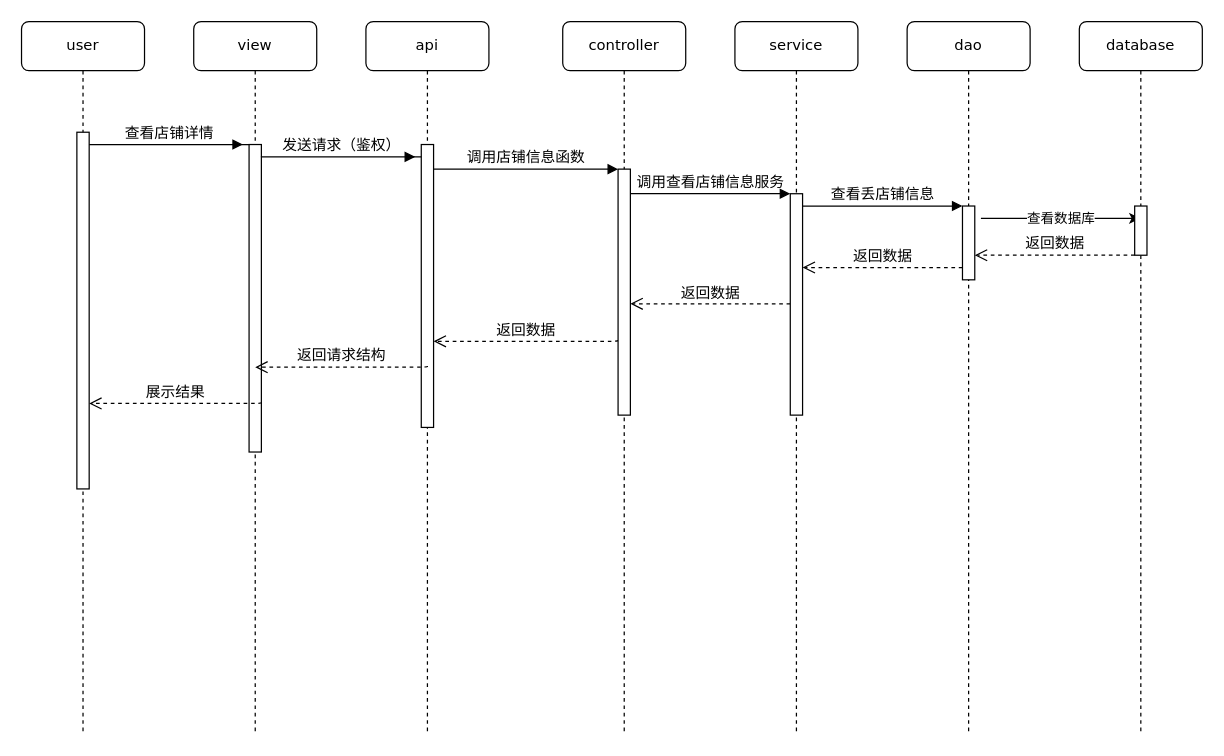
myjdml/drowio keeps this draw.io diagram as 毕业设计CQUPT/查看店铺时序图.drawio. Above is the earlier version. Source tidied: cells renumbered, new cells numbered last; positions are measured from the earlier drawing's top-left corner, leaving out a move shared by most shapes. Both pictures are drawn from the tidied source at 123%, with x=0, y=0 at pixel (21, 21).
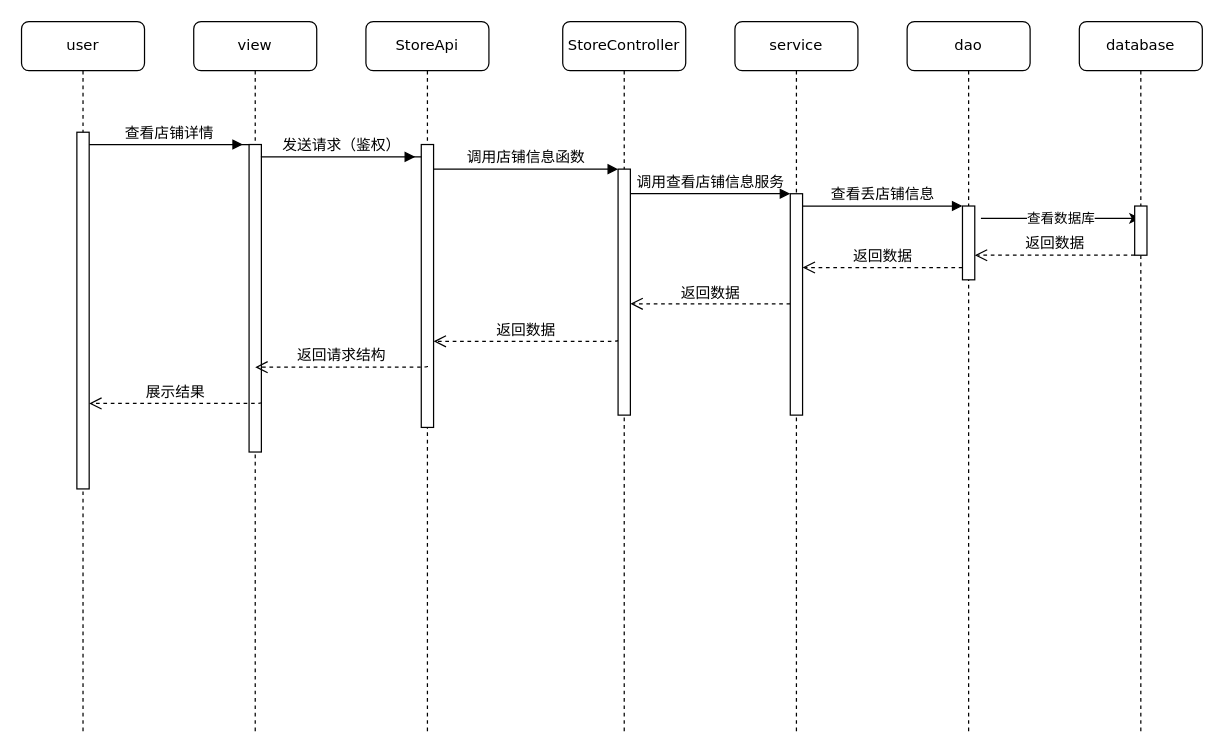
After the change.

Commit message:
更新查看店铺时序图.drawio

Change to the diagram source:
```diff
@@
-    <mxCell id="2" value="api" style="shape=umlLifeline;perimeter=lifelinePerimeter;whiteSpace=wrap;html=1;rounded=1;shadow=0;comic=0;labelBackgroundColor=none;strokeWidth=1;fontFamily=Verdana;fontSize=12;align=center;" parent="1" vertex="1">
+    <mxCell id="2" value="StoreApi" style="shape=umlLifeline;perimeter=lifelinePerimeter;whiteSpace=wrap;html=1;rounded=1;shadow=0;comic=0;labelBackgroundColor=none;strokeWidth=1;fontFamily=Verdana;fontSize=12;align=center;" parent="1" vertex="1">
       <mxGeometry x="280" width="100" height="580" as="geometry" />
     </mxCell>
@@
-    <mxCell id="5" value="controller" style="shape=umlLifeline;perimeter=lifelinePerimeter;whiteSpace=wrap;html=1;rounded=1;shadow=0;comic=0;labelBackgroundColor=none;strokeWidth=1;fontFamily=Verdana;fontSize=12;align=center;" parent="1" vertex="1">
+    <mxCell id="5" value="StoreController" style="shape=umlLifeline;perimeter=lifelinePerimeter;whiteSpace=wrap;html=1;rounded=1;shadow=0;comic=0;labelBackgroundColor=none;strokeWidth=1;fontFamily=Verdana;fontSize=12;align=center;" parent="1" vertex="1">
       <mxGeometry x="440" width="100" height="580" as="geometry" />
     </mxCell>
```
